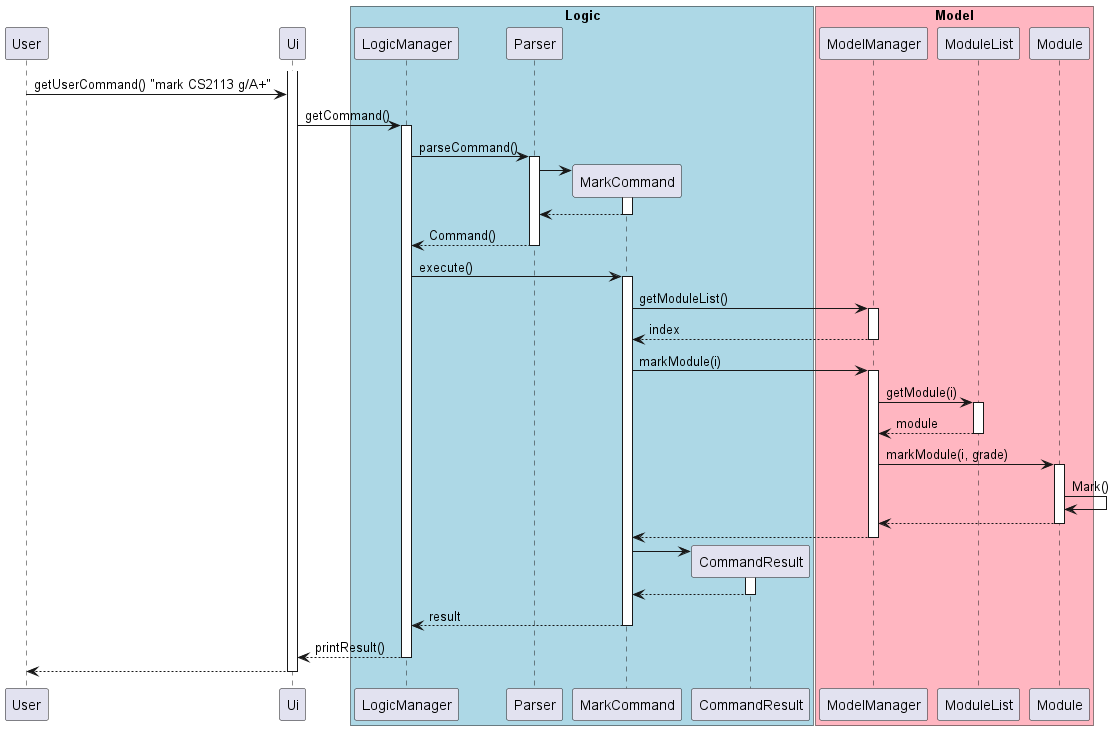
Earlier version of the PlantUML export docs/uml/diagrams/MarkModSequence.png (sriram-senthilkr/tp). The source it was exported from:
```plantuml
@startuml
participant User

activate Ui
User -> Ui: getUserCommand() "mark CS2113 g/A+"
box "Logic" #LightBlue
Ui -> LogicManager: getCommand()
activate LogicManager

LogicManager -> Parser: parseCommand()
activate Parser

create MarkCommand
Parser -> MarkCommand
activate MarkCommand

MarkCommand --> Parser:
deactivate MarkCommand


Parser --> LogicManager: Command()
deactivate Parser


LogicManager -> MarkCommand: execute()
activate MarkCommand
participant CommandResult

end box


box "Model" #LightPink

MarkCommand -> ModelManager: getModuleList()
activate ModelManager
ModelManager --> MarkCommand: index
deactivate ModelManager

MarkCommand -> ModelManager: markModule(i)
activate ModelManager

ModelManager -> ModuleList: getModule(i)
activate ModuleList

ModuleList --> ModelManager: module
deactivate ModuleList

ModelManager -> Module: markModule(i, grade)
activate Module
Module -> Module: Mark()

Module --> ModelManager
deactivate Module

ModelManager --> MarkCommand
deactivate ModelManager

create CommandResult


MarkCommand -> CommandResult
activate CommandResult
CommandResult --> MarkCommand
deactivate CommandResult

MarkCommand --> LogicManager: result
deactivate MarkCommand

LogicManager --> Ui: printResult()
deactivate LogicManager

Ui --> User
deactivate Ui

@enduml
```
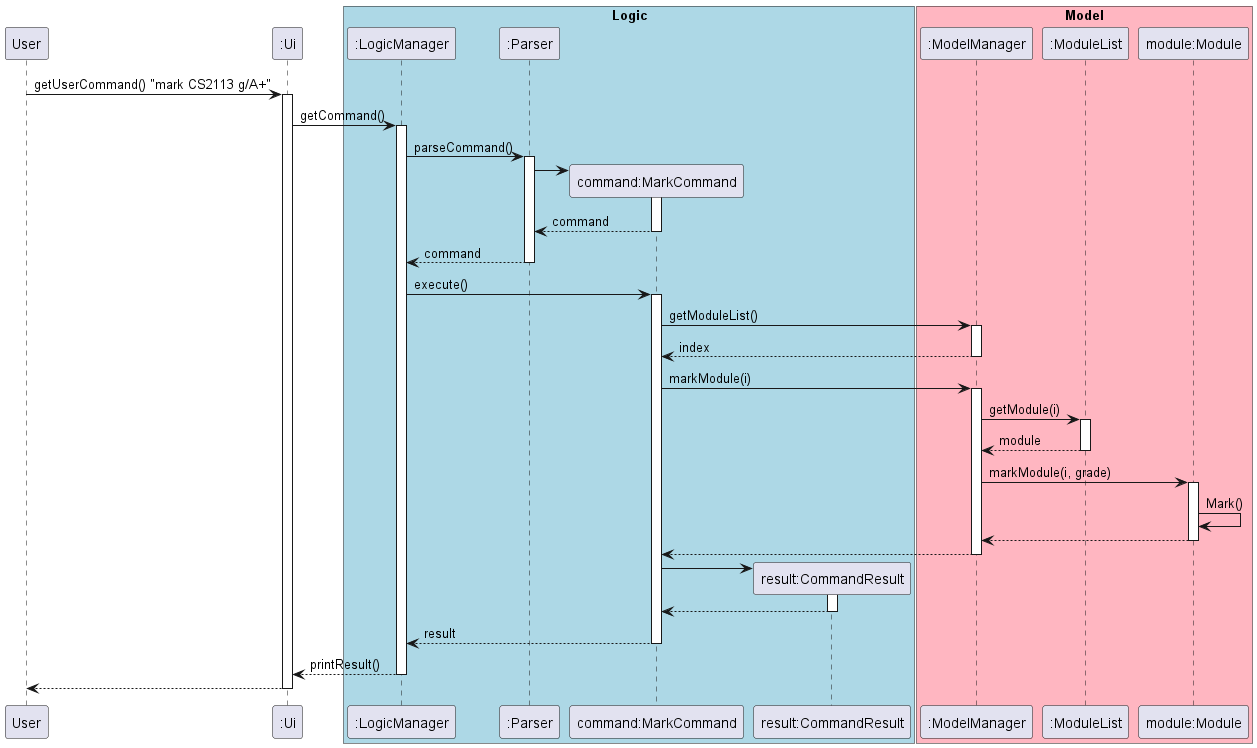
Above is the later version.

What changed in the source:
```diff
@@ -1,9 +1,24 @@
 @startuml
 participant User
+participant ":Ui" as Ui
 
+box "Logic" #LightBlue
+participant ":LogicManager" as LogicManager
+participant ":Parser" as Parser
+participant "command:MarkCommand" as MarkCommand
+participant "result:CommandResult" as CommandResult
+end box
+
+box "Model" #LightPink
+participant ":ModelManager" as ModelManager
+participant ":ModuleList" as ModuleList
+participant "module:Module" as Module
+end box
+
+
+User -> Ui: getUserCommand() "mark CS2113 g/A+"
 activate Ui
-User -> Ui: getUserCommand() "mark CS2113 g/A+"
-box "Logic" #LightBlue
+
 Ui -> LogicManager: getCommand()
 activate LogicManager
 
@@ -14,22 +29,17 @@
 Parser -> MarkCommand
 activate MarkCommand
 
-MarkCommand --> Parser:
+MarkCommand --> Parser: command
 deactivate MarkCommand
 
 
-Parser --> LogicManager: Command()
+Parser --> LogicManager: command
 deactivate Parser
 
 
 LogicManager -> MarkCommand: execute()
 activate MarkCommand
-participant CommandResult
 
-end box
-
-
-box "Model" #LightPink
 
 MarkCommand -> ModelManager: getModuleList()
 activate ModelManager
```
